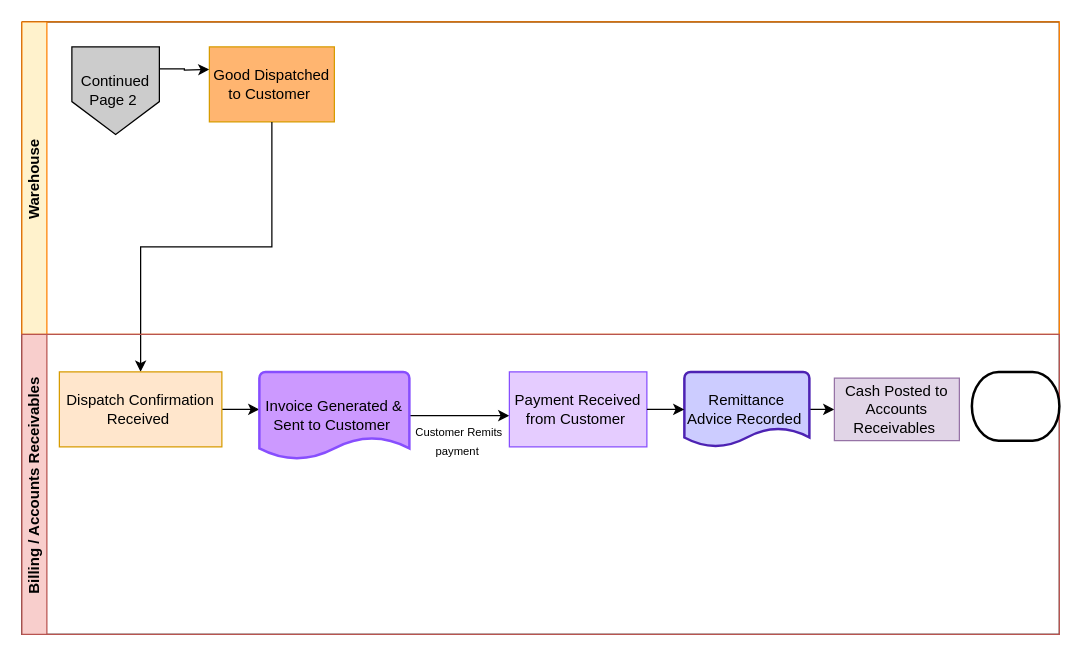
Diana-r26/drawio keeps this draw.io diagram as page "Page 2" (2 of 2) of Revenue_Cycle_Controls.drawio. Above is the earlier version. Source tidied: cells renumbered, new cells numbered last; positions are measured from the earlier drawing's top-left corner, leaving out a move shared by most shapes. Both pictures are drawn from the tidied source at 125%, with x=0, y=0 at pixel (21, 21).
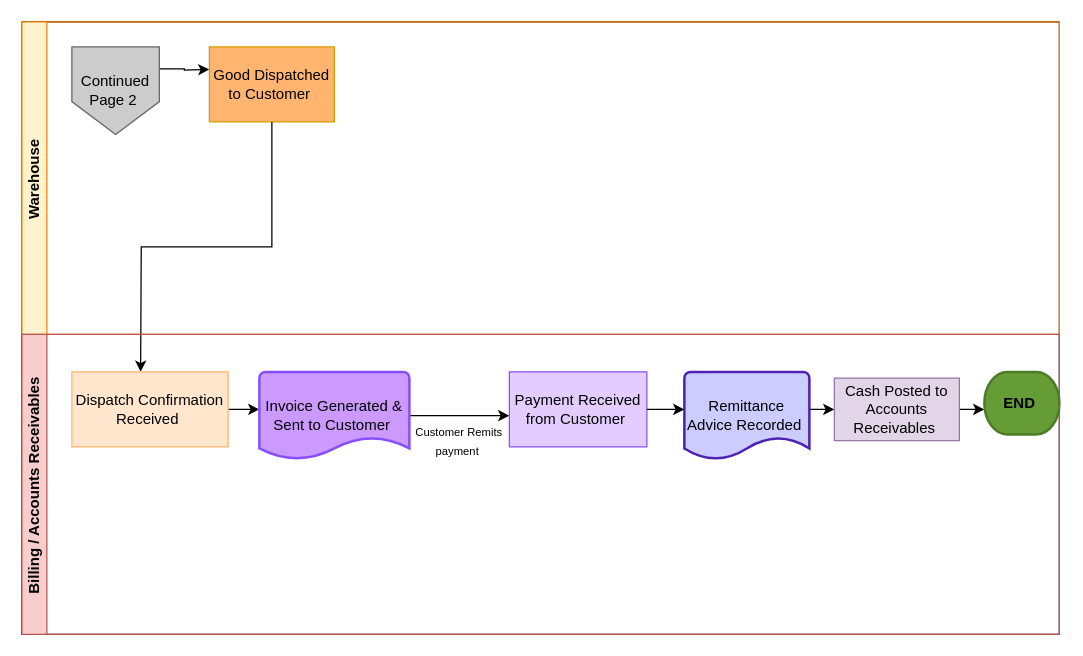
After the change.

The change refers to these unchanged cells:
```xml
<mxCell id="2" style="swimlane;horizontal=1;startSize=0;html=1;fillColor=#FFCE9F;" parent="1" vertex="1">
  <mxGeometry width="830" height="490" as="geometry" />
</mxCell>
<mxCell id="3" value="Warehouse&amp;nbsp;" style="swimlane;startSize=20;horizontal=0;html=1;fillColor=#FFF2CC;strokeColor=#FF8000;" parent="2" vertex="1">
  <mxGeometry width="830" height="250" as="geometry" />
</mxCell>
<mxCell id="6" value="Good Dispatched to Customer&amp;nbsp;" style="html=1;dashed=0;whiteSpace=wrap;fillColor=light-dark(#FFB570,#36210A);strokeColor=#d79b00;" parent="3" vertex="1">
  <mxGeometry x="150" y="20" width="100" height="60" as="geometry" />
</mxCell>
<mxCell id="8" value="Billing / Accounts Receivables&amp;nbsp;" style="swimlane;startSize=20;horizontal=0;html=1;fillColor=#F8CECC;strokeColor=#B85450;" parent="2" vertex="1">
  <mxGeometry y="250" width="830" height="240" as="geometry" />
</mxCell>
<mxCell id="18" value="Cash Posted to Accounts Receivables&amp;nbsp;" style="html=1;dashed=0;whiteSpace=wrap;fillColor=#e1d5e7;strokeColor=#9673a6;" parent="8" vertex="1">
  <mxGeometry x="650" y="35" width="100" height="50" as="geometry" />
</mxCell>
```

What changed in the source:
```diff
@@
-    <mxCell id="5" value="Continued Page 2&amp;nbsp;" style="shape=offPageConnector;whiteSpace=wrap;html=1;fillColor=#CCCCCC;" parent="3" vertex="1">
+    <mxCell id="5" value="Continued Page 2&amp;nbsp;" style="shape=offPageConnector;whiteSpace=wrap;html=1;fillColor=#CCCCCC;strokeColor=#666666;" parent="3" vertex="1">
       <mxGeometry x="40" y="20" width="70" height="70" as="geometry" />
     </mxCell>
@@
-    <mxCell id="7" style="edgeStyle=orthogonalEdgeStyle;rounded=0;jettySize=auto;html=1;exitX=0.5;exitY=1;exitDx=0;exitDy=0;entryX=0.5;entryY=0;entryDx=0;entryDy=0;" parent="2" edge="1" source="6" target="10">
-      <mxGeometry relative="1" as="geometry" />
+    <mxCell id="7" style="edgeStyle=orthogonalEdgeStyle;rounded=0;jettySize=auto;html=1;exitX=0.5;exitY=1;exitDx=0;exitDy=0;entryX=0.5;entryY=0;entryDx=0;entryDy=0;" parent="2" edge="1" source="6">
+      <mxGeometry relative="1" as="geometry">
+        <mxPoint x="95" y="280" as="targetPoint" />
+      </mxGeometry>
     </mxCell>
@@
-    <mxCell id="9" style="edgeStyle=orthogonalEdgeStyle;rounded=0;jettySize=auto;html=1;exitX=1;exitY=0.5;exitDx=0;exitDy=0;" parent="8" edge="1" source="10">
+    <mxCell id="9" style="edgeStyle=orthogonalEdgeStyle;rounded=0;orthogonalLoop=1;jettySize=auto;html=1;exitX=1;exitY=0.5;exitDx=0;exitDy=0;" parent="8" edge="1">
       <mxGeometry relative="1" as="geometry">
+        <mxPoint x="160" y="60" as="sourcePoint" />
         <mxPoint x="190" y="60.3" as="targetPoint" />
       </mxGeometry>
     </mxCell>
-    <mxCell id="10" value="Dispatch Confirmation Received&amp;nbsp;" style="html=1;dashed=0;whiteSpace=wrap;fillColor=#ffe6cc;strokeColor=#d79b00;" parent="8" vertex="1">
-      <mxGeometry x="30" y="30" width="130" height="60" as="geometry" />
-    </mxCell>
@@
     <mxCell id="16" value="Remittance Advice Recorded&amp;nbsp;" style="strokeWidth=2;html=1;shape=mxgraph.flowchart.document2;whiteSpace=wrap;size=0.25;fillColor=light-dark(#CCCCFF,#EDEDED);strokeColor=light-dark(#4d22b3, #ededed);" parent="8" vertex="1">
-      <mxGeometry x="530" y="30" width="100" height="60" as="geometry" />
+      <mxGeometry x="530" y="30" width="100" height="70" as="geometry" />
     </mxCell>
@@
+    <mxCell id="21" style="edgeStyle=orthogonalEdgeStyle;rounded=0;jettySize=auto;html=1;exitX=1;exitY=0.5;exitDx=0;exitDy=0;" parent="8" edge="1" source="18">
+      <mxGeometry relative="1" as="geometry">
+        <mxPoint x="770" y="60.3" as="targetPoint" />
+      </mxGeometry>
+    </mxCell>
@@
-    <mxCell id="20" style="strokeWidth=2;html=1;shape=mxgraph.flowchart.terminator;whiteSpace=wrap;" parent="8" vertex="1">
-      <mxGeometry x="760" y="30" width="70" height="55" as="geometry" />
+    <mxCell id="20" value="&lt;b&gt;END&amp;nbsp;&lt;/b&gt;" style="strokeWidth=2;html=1;shape=mxgraph.flowchart.terminator;whiteSpace=wrap;fillColor=light-dark(#669c35, #ededed);strokeColor=light-dark(#4f7a28, #ededed);" parent="8" vertex="1">
+      <mxGeometry x="770" y="30" width="60" height="50" as="geometry" />
     </mxCell>
+    <mxCell id="10" value="Dispatch Confirmation Received&amp;nbsp;" style="html=1;dashed=0;whiteSpace=wrap;fillColor=#ffe6cc;strokeColor=#FFB366;" parent="8" vertex="1">
+      <mxGeometry x="40" y="30" width="125" height="60" as="geometry" />
+    </mxCell>
```
